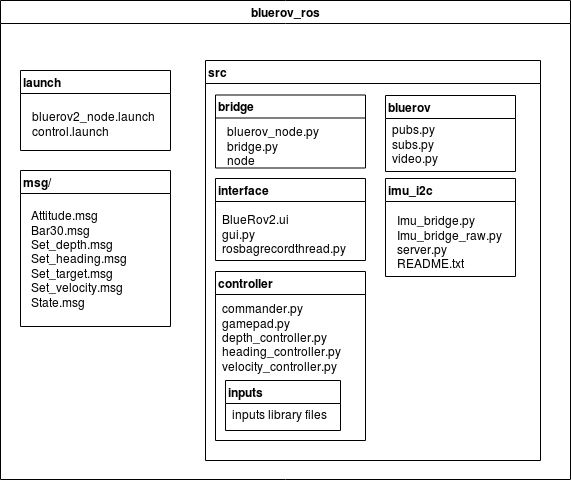
nathanfourniol/gitbook-acolor-bluerov2 keeps this draw.io diagram as .gitbook/assets/rospckgfilesystem.png. Above is the earlier version. Source tidied: cells renumbered, new cells last; positions are measured from the earlier drawing's top-left corner, leaving out a move shared by most shapes.
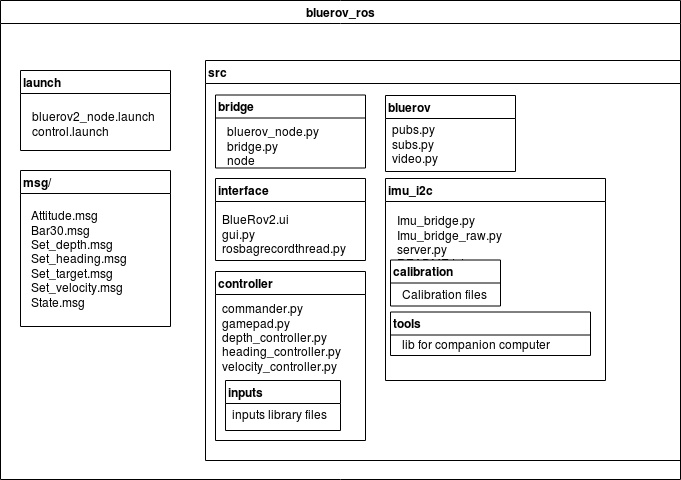
Above is the later version.

Commit message:
GitBook: [master] no pages and one asset modified

What changed in the source:
```diff
@@ -3,7 +3,7 @@
     <mxCell id="0" />
     <mxCell id="1" parent="0" />
     <mxCell id="2" value="bluerov_ros" style="swimlane;align=center;" parent="1" vertex="1">
-      <mxGeometry width="570" height="479" as="geometry" />
+      <mxGeometry width="680" height="479" as="geometry" />
     </mxCell>
     <mxCell id="3" value="launch" style="swimlane;align=left;startSize=23;" parent="2" vertex="1">
       <mxGeometry x="20" y="70" width="150" height="80" as="geometry" />
@@ -18,7 +18,7 @@
       <mxGeometry x="9" y="31.5" width="230" height="110" as="geometry" />
     </mxCell>
     <mxCell id="7" value="src" style="swimlane;align=left;" parent="2" vertex="1">
-      <mxGeometry x="205" y="60" width="335" height="400" as="geometry" />
+      <mxGeometry x="205" y="60" width="475" height="400" as="geometry" />
     </mxCell>
     <mxCell id="8" value="bridge" style="swimlane;align=left;" parent="7" vertex="1">
       <mxGeometry x="10" y="34.5" width="150" height="73" as="geometry" />
@@ -39,11 +39,23 @@
       <mxGeometry x="5" y="20.5" width="160" height="55" as="geometry" />
     </mxCell>
     <mxCell id="14" value="imu_i2c" style="swimlane;align=left;" parent="7" vertex="1">
-      <mxGeometry x="180" y="118" width="130" height="98" as="geometry" />
+      <mxGeometry x="180" y="118" width="220" height="202" as="geometry" />
     </mxCell>
     <mxCell id="15" value="&lt;div&gt;Imu_bridge.py&lt;/div&gt;&lt;div&gt;Imu_bridge_raw.py&lt;/div&gt;&lt;div&gt;server.py&lt;/div&gt;README.txt" style="text;html=1;align=left;verticalAlign=top;spacingTop=-4;" parent="14" vertex="1">
       <mxGeometry x="10" y="32.5" width="120" height="60" as="geometry" />
     </mxCell>
+    <mxCell id="20" value="calibration" style="swimlane;align=left;" parent="14" vertex="1">
+      <mxGeometry x="5" y="81.5" width="110" height="46" as="geometry" />
+    </mxCell>
+    <mxCell id="21" value="Calibration files" style="text;html=1;align=left;verticalAlign=top;spacingTop=-4;" parent="20" vertex="1">
+      <mxGeometry x="10" y="25.5" width="100" height="20" as="geometry" />
+    </mxCell>
+    <mxCell id="22" value="tools" style="swimlane;align=left;" parent="14" vertex="1">
+      <mxGeometry x="5" y="133.5" width="200" height="43.5" as="geometry" />
+    </mxCell>
+    <mxCell id="23" value="lib for companion computer" style="text;html=1;align=left;verticalAlign=top;spacingTop=-4;" parent="22" vertex="1">
+      <mxGeometry x="10" y="23.5" width="160" height="20" as="geometry" />
+    </mxCell>
     <mxCell id="16" value="controller" style="swimlane;align=left;" parent="7" vertex="1">
       <mxGeometry x="10" y="211" width="150" height="169" as="geometry" />
     </mxCell>
```
